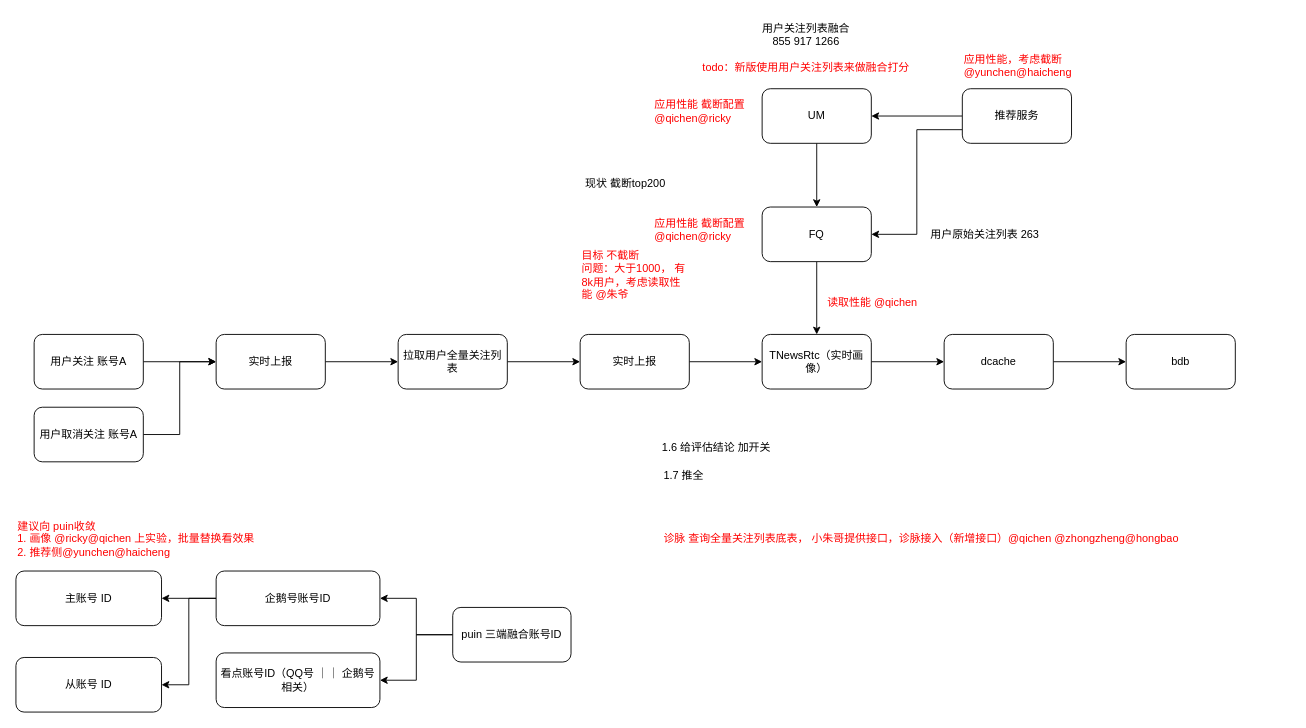
This is 账号上报.drawio from hashyong/drawio, a draw.io file, before an edit. Source tidied: cells renumbered, new cells numbered last; positions are measured from the earlier drawing's top-left corner, leaving out a move shared by most shapes. Both pictures are drawn from the tidied source at 91%, with x=0, y=0 at pixel (15, 15).
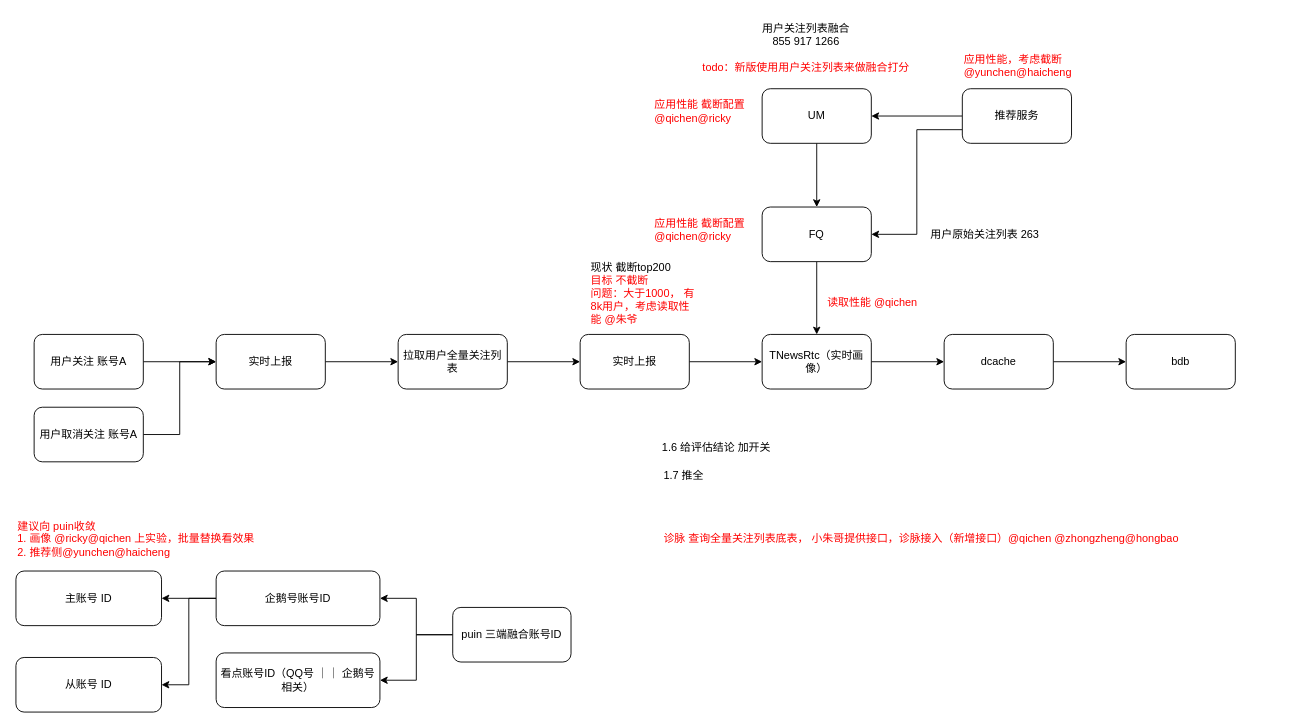
Above is the later version.

Commit message (it also covers changes not shown here):
更新账号上报.drawio

Diff of the diagram source:
```diff
@@
-    <mxCell id="26" value="现状 截断top200" style="text;html=1;align=center;verticalAlign=middle;whiteSpace=wrap;rounded=0;" parent="1" vertex="1">
-      <mxGeometry x="610" y="170" width="120" height="30" as="geometry" />
-    </mxCell>
-    <mxCell id="27" value="&lt;font style=&quot;color: rgb(255, 0, 0);&quot;&gt;目标 不截断&lt;/font&gt;&lt;div&gt;&lt;font style=&quot;color: rgb(255, 0, 0);&quot;&gt;问题：大于1000， 有8k用户，考虑读取性能 @朱爷&lt;/font&gt;&lt;/div&gt;" style="text;html=1;align=left;verticalAlign=middle;whiteSpace=wrap;rounded=0;" parent="1" vertex="1">
-      <mxGeometry x="620" y="270" width="120" height="30" as="geometry" />
+    <mxCell id="27" value="&lt;div&gt;&lt;font style=&quot;color: rgb(255, 0, 0);&quot;&gt;&lt;span style=&quot;color: rgb(0, 0, 0); text-align: center;&quot;&gt;现状 截断top200&lt;/span&gt;&lt;br&gt;&lt;/font&gt;&lt;/div&gt;&lt;font style=&quot;color: rgb(255, 0, 0);&quot;&gt;目标 不截断&lt;/font&gt;&lt;div&gt;&lt;font style=&quot;color: rgb(255, 0, 0);&quot;&gt;问题：大于1000， 有8k用户，考虑读取性能 @朱爷&lt;/font&gt;&lt;/div&gt;" style="text;html=1;align=left;verticalAlign=middle;whiteSpace=wrap;rounded=0;" parent="1" vertex="1">
+      <mxGeometry x="630" y="290" width="120" height="30" as="geometry" />
     </mxCell>
```
